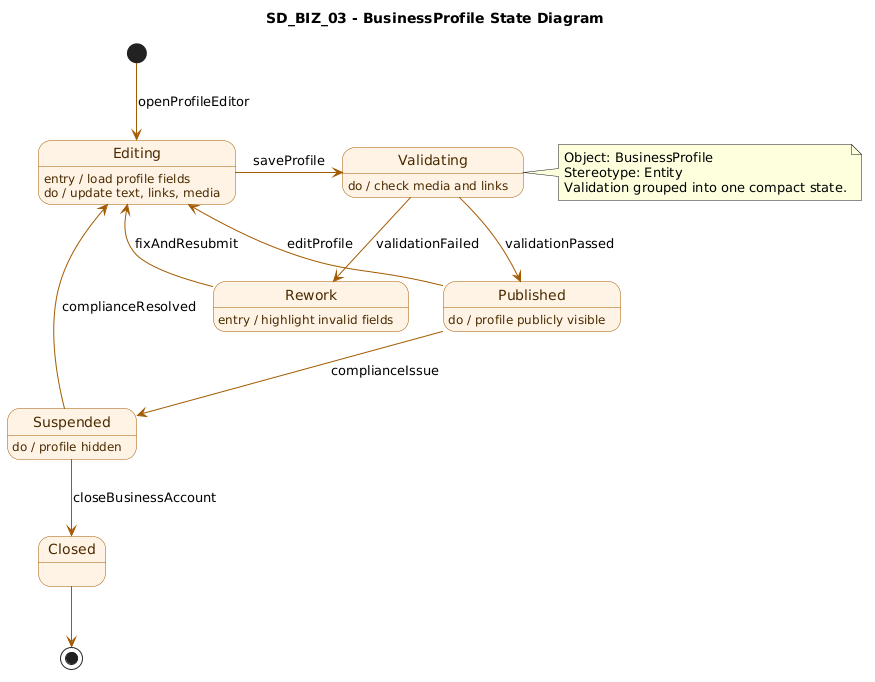
Above: State Diagrams/BusinessRole/SD_BIZ_03_Business_Profile.png in gorge-unc23/4ThePlot (PlantUML), before the change. The source it was exported from:
```plantuml
@startuml
title SD_BIZ_03 - BusinessProfile State Diagram
top to bottom direction

skinparam state {
  BackgroundColor #FFF3E6
  BorderColor #A45A00
  FontColor #4A2B00
  ArrowColor #A45A00
}

[*] -down-> Editing : openProfileEditor

state Editing
Editing : entry / load profile fields
Editing : do / update text, links, media
Editing -> Validating : saveProfile

state Validating
Validating : do / check media and links
Validating --> Published : validationPassed
Validating --> Rework : validationFailed

state Rework
Rework : entry / highlight invalid fields
Rework --> Editing : fixAndResubmit

state Published
Published : do / profile publicly visible
Published --> Editing : editProfile
Published --> Suspended : complianceIssue

state Suspended
Suspended : do / profile hidden
Suspended --> Editing : complianceResolved
Suspended --> Closed : closeBusinessAccount

state Closed
Closed --> [*]

note right of Validating
Object: BusinessProfile
Stereotype: Entity
Validation grouped into one compact state.
end note
@enduml
```
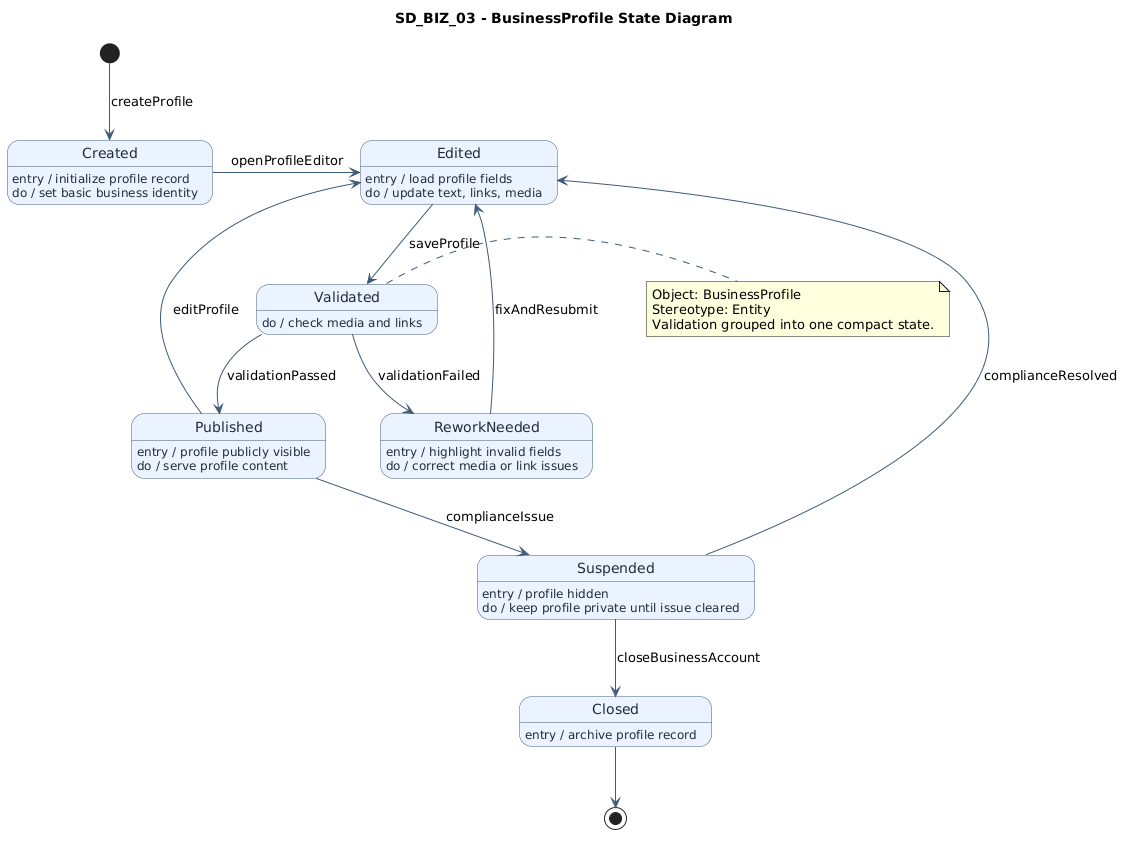
After the commit.

Commit message:
Fixed sequence diagrams of business role

The edit, as a diff of the source:
```diff
@@ -3,42 +3,51 @@
 top to bottom direction
 
 skinparam state {
-  BackgroundColor #FFF3E6
-  BorderColor #A45A00
-  FontColor #4A2B00
-  ArrowColor #A45A00
+  BackgroundColor #EAF3FF
+  BorderColor #3E5A78
+  FontColor #1F2D3A
+  ArrowColor #3E5A78
 }
 
-[*] -down-> Editing : openProfileEditor
+[*] -down-> Created : createProfile
 
-state Editing
-Editing : entry / load profile fields
-Editing : do / update text, links, media
-Editing -> Validating : saveProfile
+state Created
+Created : entry / initialize profile record
+Created : do / set basic business identity
+Created -> Edited : openProfileEditor
 
-state Validating
-Validating : do / check media and links
-Validating --> Published : validationPassed
-Validating --> Rework : validationFailed
+state Edited
+Edited : entry / load profile fields
+Edited : do / update text, links, media
+Edited --> Validated : saveProfile
 
-state Rework
-Rework : entry / highlight invalid fields
-Rework --> Editing : fixAndResubmit
+state Validated
+Validated : do / check media and links
+Validated --> Published : validationPassed
+Validated --> ReworkNeeded : validationFailed
+
+state ReworkNeeded
+ReworkNeeded : entry / highlight invalid fields
+ReworkNeeded : do / correct media or link issues
+ReworkNeeded --> Edited : fixAndResubmit
 
 state Published
-Published : do / profile publicly visible
-Published --> Editing : editProfile
+Published : entry / profile publicly visible
+Published : do / serve profile content
+Published --> Edited : editProfile
 Published --> Suspended : complianceIssue
 
 state Suspended
-Suspended : do / profile hidden
-Suspended --> Editing : complianceResolved
+Suspended : entry / profile hidden
+Suspended : do / keep profile private until issue cleared
+Suspended --> Edited : complianceResolved
 Suspended --> Closed : closeBusinessAccount
 
 state Closed
+Closed : entry / archive profile record
 Closed --> [*]
 
-note right of Validating
+note right of Validated
 Object: BusinessProfile
 Stereotype: Entity
 Validation grouped into one compact state.
```
